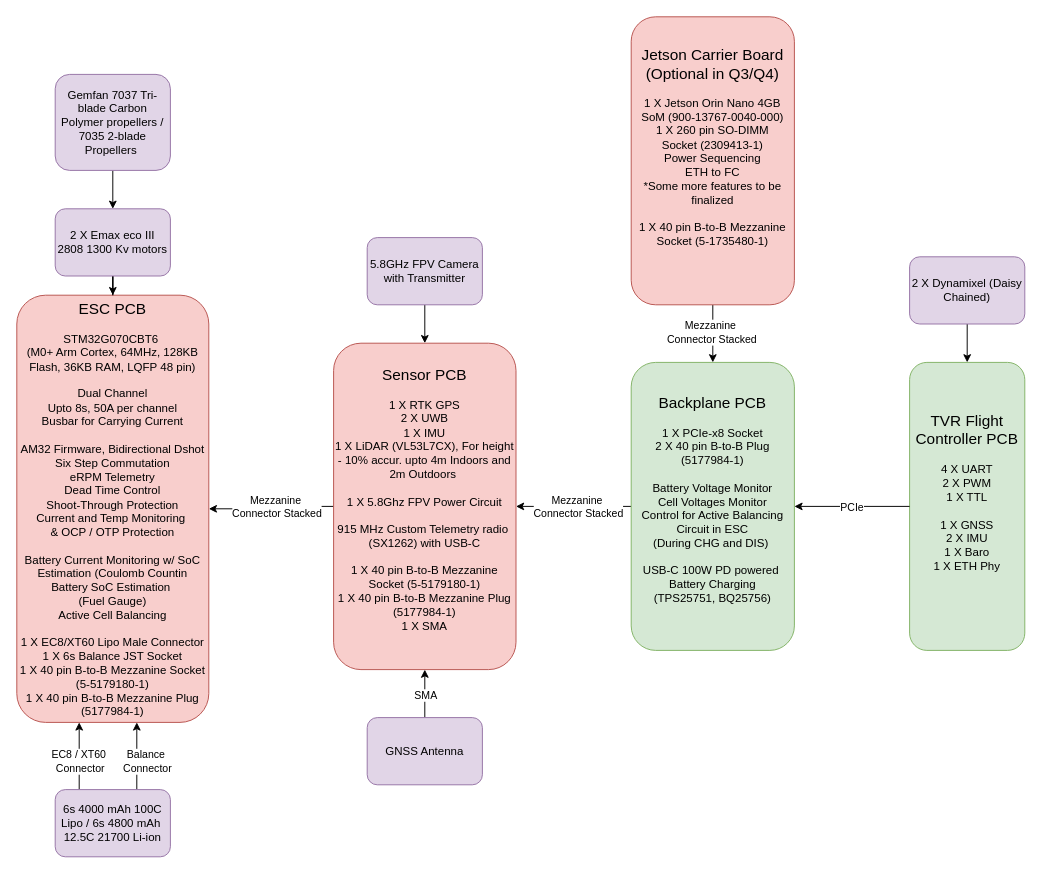
Earlier version of the draw.io diagram electrical-hardware/TVR_Hardware_Stack_2026-27.drawio (UBC-Rocket/thrust_vectoring_consolidated). Source tidied: cells renumbered, new cells numbered last; positions are measured from the earlier drawing's top-left corner, leaving out a move shared by most shapes. Both pictures are drawn from the tidied source at 96%, with x=0, y=0 at pixel (16, 16).
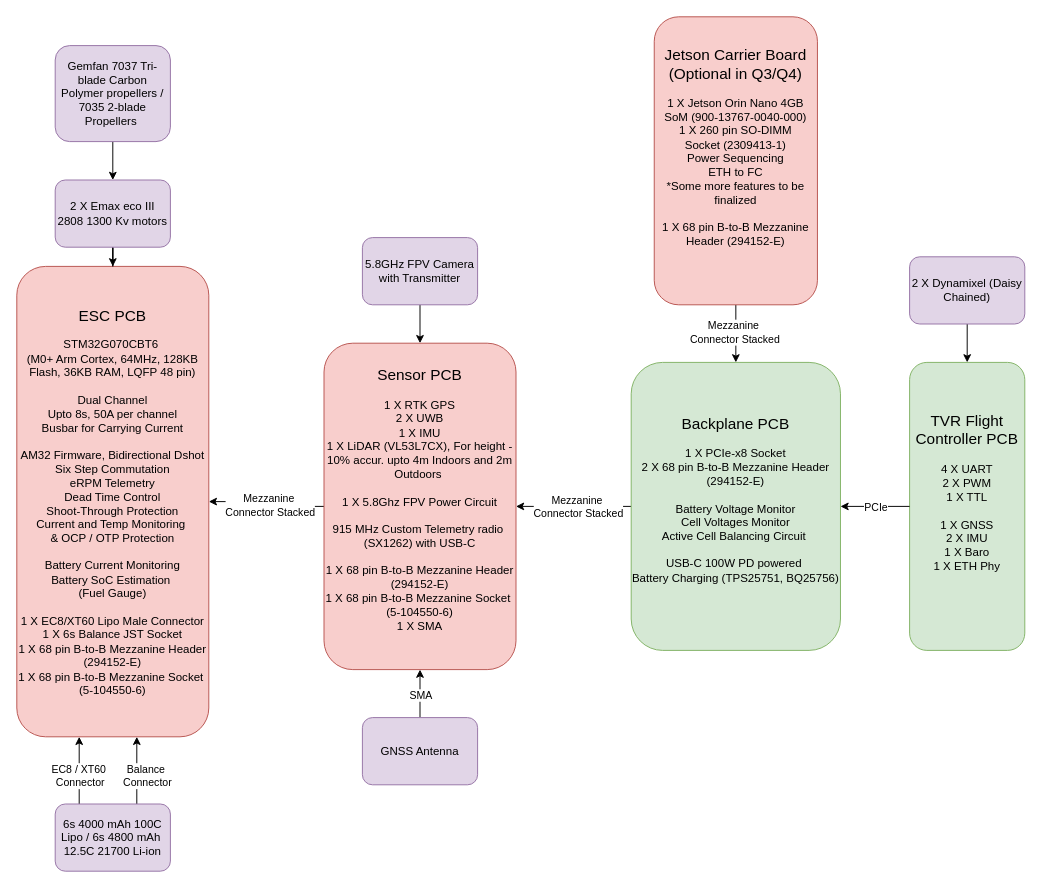
After the change.

Commit message:
Added High Level

Change to the diagram source:
```diff
@@
-    <mxCell id="5" value="&lt;div&gt;&lt;font style=&quot;font-size: 16px;&quot;&gt;Backplane PCB&lt;/font&gt;&lt;/div&gt;&lt;div&gt;&lt;br&gt;&lt;/div&gt;&lt;div&gt;1 X PCIe-x8 Socket&lt;/div&gt;&lt;div&gt;2 X 40 pin B-to-B Plug (5177984-1)&lt;/div&gt;&lt;div&gt;&lt;br&gt;&lt;/div&gt;&lt;div&gt;Battery Voltage Monitor&lt;/div&gt;&lt;div&gt;Cell Voltages Monitor&lt;/div&gt;&lt;div&gt;Control for Active Balancing Circuit in ESC&lt;/div&gt;&lt;div&gt;(During CHG and DIS)&amp;nbsp;&lt;/div&gt;&lt;div&gt;&lt;br&gt;&lt;/div&gt;&lt;div&gt;&lt;span style=&quot;background-color: transparent; color: light-dark(rgb(0, 0, 0), rgb(255, 255, 255));&quot;&gt;USB-C 100W PD powered&amp;nbsp;&lt;/span&gt;&lt;/div&gt;&lt;div&gt;&lt;span style=&quot;background-color: transparent; color: light-dark(rgb(0, 0, 0), rgb(255, 255, 255));&quot;&gt;Battery Charging (&lt;/span&gt;&lt;span style=&quot;background-color: transparent; color: light-dark(rgb(0, 0, 0), rgb(255, 255, 255));&quot;&gt;TPS25751,&amp;nbsp;&lt;/span&gt;&lt;span style=&quot;background-color: transparent; color: light-dark(rgb(0, 0, 0), rgb(255, 255, 255));&quot;&gt;BQ25756)&lt;/span&gt;&lt;/div&gt;&lt;div&gt;&lt;br&gt;&lt;/div&gt;" style="rounded=1;whiteSpace=wrap;html=1;fillColor=#d5e8d4;strokeColor=#82b366;" parent="1" vertex="1">
-      <mxGeometry x="640" y="360" width="170" height="300" as="geometry" />
+    <mxCell id="5" value="&lt;div&gt;&lt;font style=&quot;font-size: 16px;&quot;&gt;Backplane PCB&lt;/font&gt;&lt;/div&gt;&lt;div&gt;&lt;br&gt;&lt;/div&gt;&lt;div&gt;1 X PCIe-x8 Socket&lt;/div&gt;&lt;div&gt;2 X&amp;nbsp;&lt;span style=&quot;background-color: transparent; color: light-dark(rgb(0, 0, 0), rgb(255, 255, 255));&quot;&gt;68 pin B-to-B Mezzanine Header (294152-E)&lt;/span&gt;&lt;/div&gt;&lt;div&gt;&lt;br&gt;&lt;/div&gt;&lt;div&gt;Battery Voltage Monitor&lt;/div&gt;&lt;div&gt;Cell Voltages Monitor&lt;/div&gt;&lt;div&gt;Active Cell Balancing Circuit&amp;nbsp;&lt;/div&gt;&lt;div&gt;&lt;br&gt;&lt;/div&gt;&lt;div&gt;&lt;span style=&quot;background-color: transparent; color: light-dark(rgb(0, 0, 0), rgb(255, 255, 255));&quot;&gt;USB-C 100W PD powered&amp;nbsp;&lt;/span&gt;&lt;/div&gt;&lt;div&gt;&lt;span style=&quot;background-color: transparent; color: light-dark(rgb(0, 0, 0), rgb(255, 255, 255));&quot;&gt;Battery Charging (&lt;/span&gt;&lt;span style=&quot;background-color: transparent; color: light-dark(rgb(0, 0, 0), rgb(255, 255, 255));&quot;&gt;TPS25751,&amp;nbsp;&lt;/span&gt;&lt;span style=&quot;background-color: transparent; color: light-dark(rgb(0, 0, 0), rgb(255, 255, 255));&quot;&gt;BQ25756)&lt;/span&gt;&lt;/div&gt;&lt;div&gt;&lt;br&gt;&lt;/div&gt;" style="rounded=1;whiteSpace=wrap;html=1;fillColor=#d5e8d4;strokeColor=#82b366;" parent="1" vertex="1">
+      <mxGeometry x="640" y="360" width="218" height="300" as="geometry" />
     </mxCell>
@@
-    <mxCell id="9" value="&lt;div&gt;&lt;font style=&quot;font-size: 16px;&quot;&gt;Sensor PCB&lt;/font&gt;&lt;/div&gt;&lt;div&gt;&lt;br&gt;&lt;/div&gt;&lt;div&gt;1 X RTK GPS&lt;/div&gt;&lt;div&gt;2 X UWB&lt;/div&gt;&lt;div&gt;1 X IMU&lt;/div&gt;&lt;div&gt;1 X LiDAR (&lt;span class=&quot;st-h3&quot;&gt;&lt;font style=&quot;font-size: 12px;&quot;&gt;VL53L7CX), For height - 10% accur. upto 4m Indoors and 2m Outdoors&amp;nbsp;&lt;/font&gt;&lt;/span&gt;&lt;/div&gt;&lt;div&gt;&lt;span class=&quot;st-h3&quot;&gt;&lt;font style=&quot;font-size: 12px;&quot;&gt;&lt;br&gt;&lt;/font&gt;&lt;/span&gt;&lt;/div&gt;&lt;div&gt;1 X 5.8Ghz FPV Power Circuit&lt;/div&gt;&lt;div&gt;&lt;br&gt;&lt;/div&gt;&lt;div&gt;915 MHz Custom Telemetry radio&amp;nbsp;&lt;/div&gt;&lt;div&gt;(SX1262) with USB-C&lt;/div&gt;&lt;div&gt;&lt;br&gt;&lt;/div&gt;&lt;div&gt;1 X&amp;nbsp;40 pin B-to-B Mezzanine Socket (5-5179180-1)&lt;/div&gt;&lt;div&gt;1 X 40 pin B-to-B Mezzanine Plug (5177984-1)&lt;/div&gt;&lt;div&gt;1 X SMA&lt;/div&gt;&lt;div&gt;&amp;nbsp;&lt;/div&gt;" style="rounded=1;whiteSpace=wrap;html=1;fillColor=#f8cecc;strokeColor=#b85450;" parent="1" vertex="1">
-      <mxGeometry x="330" y="340" width="190" height="340" as="geometry" />
+    <mxCell id="9" value="&lt;div&gt;&lt;font style=&quot;font-size: 16px;&quot;&gt;Sensor PCB&lt;/font&gt;&lt;/div&gt;&lt;div&gt;&lt;br&gt;&lt;/div&gt;&lt;div&gt;1 X RTK GPS&lt;/div&gt;&lt;div&gt;2 X UWB&lt;/div&gt;&lt;div&gt;1 X IMU&lt;/div&gt;&lt;div&gt;1 X LiDAR (&lt;span class=&quot;st-h3&quot;&gt;&lt;font style=&quot;font-size: 12px;&quot;&gt;VL53L7CX), For height - 10% accur. upto 4m Indoors and 2m Outdoors&amp;nbsp;&lt;/font&gt;&lt;/span&gt;&lt;/div&gt;&lt;div&gt;&lt;span class=&quot;st-h3&quot;&gt;&lt;font style=&quot;font-size: 12px;&quot;&gt;&lt;br&gt;&lt;/font&gt;&lt;/span&gt;&lt;/div&gt;&lt;div&gt;1 X 5.8Ghz FPV Power Circuit&lt;/div&gt;&lt;div&gt;&lt;br&gt;&lt;/div&gt;&lt;div&gt;915 MHz Custom Telemetry radio&amp;nbsp;&lt;/div&gt;&lt;div&gt;(SX1262) with USB-C&lt;/div&gt;&lt;div&gt;&lt;br&gt;&lt;/div&gt;&lt;div&gt;1 X&amp;nbsp;&lt;span style=&quot;background-color: transparent; color: light-dark(rgb(0, 0, 0), rgb(255, 255, 255));&quot;&gt;68 pin B-to-B Mezzanine Header (294152-E)&lt;/span&gt;&lt;/div&gt;&lt;div&gt;1 X&amp;nbsp;&lt;span style=&quot;background-color: transparent; color: light-dark(rgb(0, 0, 0), rgb(255, 255, 255));&quot;&gt;68 pin B-to-B Mezzanine Socket&amp;nbsp;&lt;/span&gt;&lt;/div&gt;&lt;div&gt;(5-104550-6)&lt;/div&gt;&lt;div&gt;1 X SMA&lt;/div&gt;&lt;div&gt;&amp;nbsp;&lt;/div&gt;" style="rounded=1;whiteSpace=wrap;html=1;fillColor=#f8cecc;strokeColor=#b85450;" parent="1" vertex="1">
+      <mxGeometry x="320" y="340" width="200" height="340" as="geometry" />
     </mxCell>
-    <mxCell id="10" value="&lt;div&gt;&lt;br&gt;&lt;/div&gt;&lt;div&gt;&lt;br&gt;&lt;/div&gt;&lt;div&gt;&lt;br&gt;&lt;/div&gt;&lt;div&gt;&lt;font style=&quot;font-size: 16px;&quot;&gt;ESC PCB&lt;/font&gt;&lt;/div&gt;&lt;div&gt;&lt;br&gt;&lt;/div&gt;&lt;div&gt;STM32G070CBT6&amp;nbsp;&lt;/div&gt;&lt;div&gt;(M0+ Arm Cortex, 64MHz, 128KB Flash, 36KB RAM, LQFP 48 pin)&lt;/div&gt;&lt;div&gt;&lt;br&gt;&lt;/div&gt;&lt;div&gt;Dual Channel&lt;/div&gt;&lt;div&gt;Upto 8s, 50A per channel&lt;/div&gt;&lt;div&gt;Busbar for Carrying Current&lt;/div&gt;&lt;div&gt;&lt;br&gt;&lt;/div&gt;&lt;div&gt;AM32 Firmware, Bidirectional Dshot&lt;/div&gt;&lt;div&gt;Six Step Commutation&lt;/div&gt;&lt;div&gt;eRPM Telemetry&lt;/div&gt;&lt;div&gt;Dead Time Control&lt;/div&gt;&lt;div&gt;Shoot-Through Protection&lt;/div&gt;&lt;div&gt;Current and Temp Monitoring&amp;nbsp;&lt;/div&gt;&lt;div&gt;&amp;amp; OCP / OTP Protection&lt;/div&gt;&lt;div&gt;&lt;br&gt;&lt;/div&gt;&lt;div&gt;Battery Current Monitoring w/ SoC Estimation (Coulomb Countin&lt;/div&gt;&lt;div&gt;Battery SoC Estimation&amp;nbsp;&lt;/div&gt;&lt;div&gt;(Fuel Gauge)&lt;/div&gt;&lt;div&gt;Active Cell Balancing&lt;/div&gt;&lt;div&gt;&lt;br&gt;&lt;/div&gt;&lt;div&gt;&lt;div&gt;1 X EC8/XT60 Lipo Male Connector&lt;/div&gt;&lt;div&gt;1 X 6s Balance JST Socket&lt;/div&gt;&lt;div&gt;1 X&amp;nbsp;40 pin B-to-B Mezzanine Socket (5-5179180-1)&lt;/div&gt;&lt;div&gt;1 X 40 pin B-to-B Mezzanine Plug (5177984-1)&lt;/div&gt;&lt;br&gt;&lt;/div&gt;&lt;div&gt;&lt;br&gt;&lt;/div&gt;&lt;div&gt;&lt;br&gt;&lt;/div&gt;" style="rounded=1;whiteSpace=wrap;html=1;fillColor=#f8cecc;strokeColor=#b85450;" parent="1" vertex="1">
-      <mxGeometry y="290" width="200" height="445" as="geometry" />
+    <mxCell id="10" value="&lt;div&gt;&lt;br&gt;&lt;/div&gt;&lt;div&gt;&lt;br&gt;&lt;/div&gt;&lt;div&gt;&lt;br&gt;&lt;/div&gt;&lt;div&gt;&lt;font style=&quot;font-size: 16px;&quot;&gt;ESC PCB&lt;/font&gt;&lt;/div&gt;&lt;div&gt;&lt;br&gt;&lt;/div&gt;&lt;div&gt;STM32G070CBT6&amp;nbsp;&lt;/div&gt;&lt;div&gt;(M0+ Arm Cortex, 64MHz, 128KB Flash, 36KB RAM, LQFP 48 pin)&lt;/div&gt;&lt;div&gt;&lt;br&gt;&lt;/div&gt;&lt;div&gt;Dual Channel&lt;/div&gt;&lt;div&gt;Upto 8s, 50A per channel&lt;/div&gt;&lt;div&gt;Busbar for Carrying Current&lt;/div&gt;&lt;div&gt;&lt;br&gt;&lt;/div&gt;&lt;div&gt;AM32 Firmware, Bidirectional Dshot&lt;/div&gt;&lt;div&gt;Six Step Commutation&lt;/div&gt;&lt;div&gt;eRPM Telemetry&lt;/div&gt;&lt;div&gt;Dead Time Control&lt;/div&gt;&lt;div&gt;Shoot-Through Protection&lt;/div&gt;&lt;div&gt;Current and Temp Monitoring&amp;nbsp;&lt;/div&gt;&lt;div&gt;&amp;amp; OCP / OTP Protection&lt;/div&gt;&lt;div&gt;&lt;br&gt;&lt;/div&gt;&lt;div&gt;Battery Current Monitoring&lt;/div&gt;&lt;div&gt;Battery SoC Estimation&amp;nbsp;&lt;/div&gt;&lt;div&gt;(Fuel Gauge)&lt;/div&gt;&lt;div&gt;&lt;br&gt;&lt;/div&gt;&lt;div&gt;&lt;div&gt;1 X EC8/XT60 Lipo Male Connector&lt;/div&gt;&lt;div&gt;1 X 6s Balance JST Socket&lt;/div&gt;&lt;div&gt;1 X 68 pin B-to-B Mezzanine Header (294152-E)&lt;/div&gt;&lt;div&gt;1 X&amp;nbsp;&lt;span style=&quot;background-color: transparent; color: light-dark(rgb(0, 0, 0), rgb(255, 255, 255));&quot;&gt;68 pin B-to-B Mezzanine Socket&amp;nbsp;&lt;/span&gt;&lt;/div&gt;&lt;div&gt;(5-104550-6)&lt;/div&gt;&lt;br&gt;&lt;/div&gt;&lt;div&gt;&lt;br&gt;&lt;/div&gt;&lt;div&gt;&lt;br&gt;&lt;/div&gt;" style="rounded=1;whiteSpace=wrap;html=1;fillColor=#f8cecc;strokeColor=#b85450;" parent="1" vertex="1">
+      <mxGeometry y="260" width="200" height="490" as="geometry" />
     </mxCell>
@@
-    <mxCell id="13" value="&lt;div&gt;&lt;font style=&quot;font-size: 16px;&quot;&gt;Jetson Carrier Board (Optional in Q3/Q4)&lt;/font&gt;&lt;/div&gt;&lt;div&gt;&lt;br&gt;&lt;/div&gt;&lt;div&gt;1 X Jetson Orin Nano 4GB SoM (&lt;font style=&quot;font-size: 12px; font-weight: normal;&quot;&gt;900-13767-0040-000)&lt;/font&gt;&lt;/div&gt;&lt;div&gt;&lt;font style=&quot;font-size: 12px; font-weight: normal;&quot;&gt;1 X 260 pin SO-DIMM&lt;/font&gt;&lt;/div&gt;&lt;div&gt;Socket (2309413-1)&lt;/div&gt;&lt;div&gt;Power Sequencing&lt;/div&gt;&lt;div&gt;ETH to FC&lt;/div&gt;&lt;div&gt;*Some more features to be finalized&lt;/div&gt;&lt;div&gt;&lt;br&gt;&lt;/div&gt;&lt;div&gt;1 X&amp;nbsp;40 pin B-to-B Mezzanine Socket (5-1735480-1)&lt;/div&gt;&lt;div&gt;&lt;br&gt;&lt;/div&gt;&lt;div&gt;&lt;br&gt;&lt;/div&gt;" style="rounded=1;whiteSpace=wrap;html=1;fillColor=#f8cecc;strokeColor=#b85450;" parent="1" vertex="1">
-      <mxGeometry x="640" width="170" height="300" as="geometry" />
+    <mxCell id="13" value="&lt;div&gt;&lt;font style=&quot;font-size: 16px;&quot;&gt;Jetson Carrier Board (Optional in Q3/Q4)&lt;/font&gt;&lt;/div&gt;&lt;div&gt;&lt;br&gt;&lt;/div&gt;&lt;div&gt;1 X Jetson Orin Nano 4GB SoM (&lt;font style=&quot;font-size: 12px; font-weight: normal;&quot;&gt;900-13767-0040-000)&lt;/font&gt;&lt;/div&gt;&lt;div&gt;&lt;font style=&quot;font-size: 12px; font-weight: normal;&quot;&gt;1 X 260 pin SO-DIMM&lt;/font&gt;&lt;/div&gt;&lt;div&gt;Socket (2309413-1)&lt;/div&gt;&lt;div&gt;Power Sequencing&lt;/div&gt;&lt;div&gt;ETH to FC&lt;/div&gt;&lt;div&gt;*Some more features to be finalized&lt;/div&gt;&lt;div&gt;&lt;br&gt;&lt;/div&gt;&lt;div&gt;1 X &lt;span style=&quot;color: light-dark(rgb(0, 0, 0), rgb(255, 255, 255)); background-color: transparent;&quot;&gt;68 pin B-to-B Mezzanine Header (294152-E)&lt;/span&gt;&lt;/div&gt;&lt;div&gt;&lt;br&gt;&lt;/div&gt;&lt;div&gt;&lt;br&gt;&lt;/div&gt;" style="rounded=1;whiteSpace=wrap;html=1;fillColor=#f8cecc;strokeColor=#b85450;" parent="1" vertex="1">
+      <mxGeometry x="664" width="170" height="300" as="geometry" />
     </mxCell>
     <mxCell id="14" value="&lt;div&gt;Mezzanine&amp;nbsp;&lt;/div&gt;&lt;div&gt;Connector Stacked&lt;/div&gt;" style="edgeLabel;html=1;align=center;verticalAlign=middle;" parent="1" vertex="1">
-      <mxGeometry x="270" y="510" as="geometry" />
+      <mxGeometry x="263" y="508" as="geometry" />
     </mxCell>
     <mxCell id="15" style="edgeStyle=orthogonalEdgeStyle;rounded=0;jettySize=auto;html=1;" parent="1" edge="1" source="19">
       <mxGeometry relative="1" as="geometry">
-        <mxPoint x="65" y="735" as="targetPoint" />
+        <mxPoint x="65" y="750" as="targetPoint" />
         <Array as="points">
-          <mxPoint x="65" y="735" />
+          <mxPoint x="65" y="750" />
         </Array>
       </mxGeometry>
     </mxCell>
@@
     <mxCell id="17" style="edgeStyle=orthogonalEdgeStyle;rounded=0;jettySize=auto;html=1;" parent="1" edge="1" source="19">
       <mxGeometry relative="1" as="geometry">
-        <mxPoint x="125" y="735" as="targetPoint" />
+        <mxPoint x="125" y="750" as="targetPoint" />
         <Array as="points">
-          <mxPoint x="125" y="735" />
+          <mxPoint x="125" y="750" />
         </Array>
       </mxGeometry>
     </mxCell>
@@
     <mxCell id="19" value="&lt;div&gt;&lt;br&gt;&lt;/div&gt;&lt;div&gt;6s 4000 mAh 100C Lipo / 6s 4800 mAh&amp;nbsp; 12.5C 21700 Li-ion&lt;/div&gt;&lt;div&gt;&lt;br&gt;&lt;/div&gt;" style="rounded=1;whiteSpace=wrap;html=1;fillColor=#e1d5e7;strokeColor=#9673a6;" parent="1" vertex="1">
-      <mxGeometry x="40" y="805" width="120" height="70" as="geometry" />
+      <mxGeometry x="40" y="820" width="120" height="70" as="geometry" />
     </mxCell>
@@
     <mxCell id="22" value="&lt;div&gt;GNSS Antenna&lt;/div&gt;" style="rounded=1;whiteSpace=wrap;html=1;fillColor=#e1d5e7;strokeColor=#9673a6;" parent="1" vertex="1">
-      <mxGeometry x="365" y="730" width="120" height="70" as="geometry" />
+      <mxGeometry x="360" y="730" width="120" height="70" as="geometry" />
     </mxCell>
@@
     <mxCell id="24" value="5.8GHz FPV Camera with Transmitter" style="rounded=1;whiteSpace=wrap;html=1;fillColor=#e1d5e7;strokeColor=#9673a6;" parent="1" vertex="1">
-      <mxGeometry x="365" y="230" width="120" height="70" as="geometry" />
+      <mxGeometry x="360" y="230" width="120" height="70" as="geometry" />
     </mxCell>
@@
     <mxCell id="26" value="2 X Emax eco III 2808 1300 Kv motors" style="rounded=1;whiteSpace=wrap;html=1;fillColor=#e1d5e7;strokeColor=#9673a6;" parent="1" vertex="1">
-      <mxGeometry x="40" y="200" width="120" height="70" as="geometry" />
+      <mxGeometry x="40" y="170" width="120" height="70" as="geometry" />
     </mxCell>
@@
     <mxCell id="28" value="Gemfan 7037 Tri-blade Carbon Polymer propellers / 7035 2-blade Propellers&amp;nbsp;" style="rounded=1;whiteSpace=wrap;html=1;fillColor=#e1d5e7;strokeColor=#9673a6;" parent="1" vertex="1">
-      <mxGeometry x="40" y="60" width="120" height="100" as="geometry" />
+      <mxGeometry x="40" y="30" width="120" height="100" as="geometry" />
     </mxCell>
```
